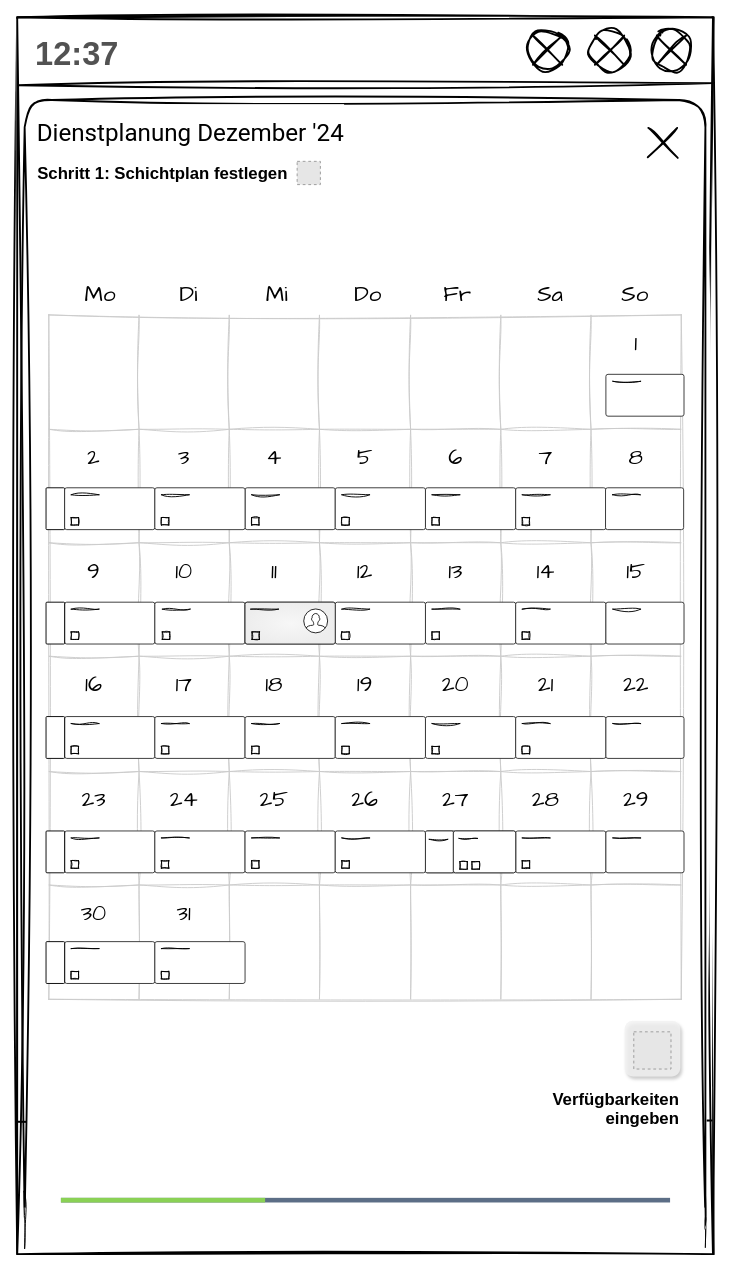
Earlier version of the draw.io diagram page "SE_SchichtAufteilen" (4 of 7) of 5_Pitch/Mockup_UserFlow_CreateWorkSchedule.drawio (annikalenneper/praxisprojekt_mi_bachelor_SoSe24). Source tidied: cells renumbered, new cells numbered last; positions are measured from the earlier drawing's top-left corner, leaving out a move shared by most shapes. Both pictures are drawn from the tidied source at 93%, with x=0, y=0 at pixel (17, 17). Pictures stored in the file or linked from it are replaced by grey dashed boxes.
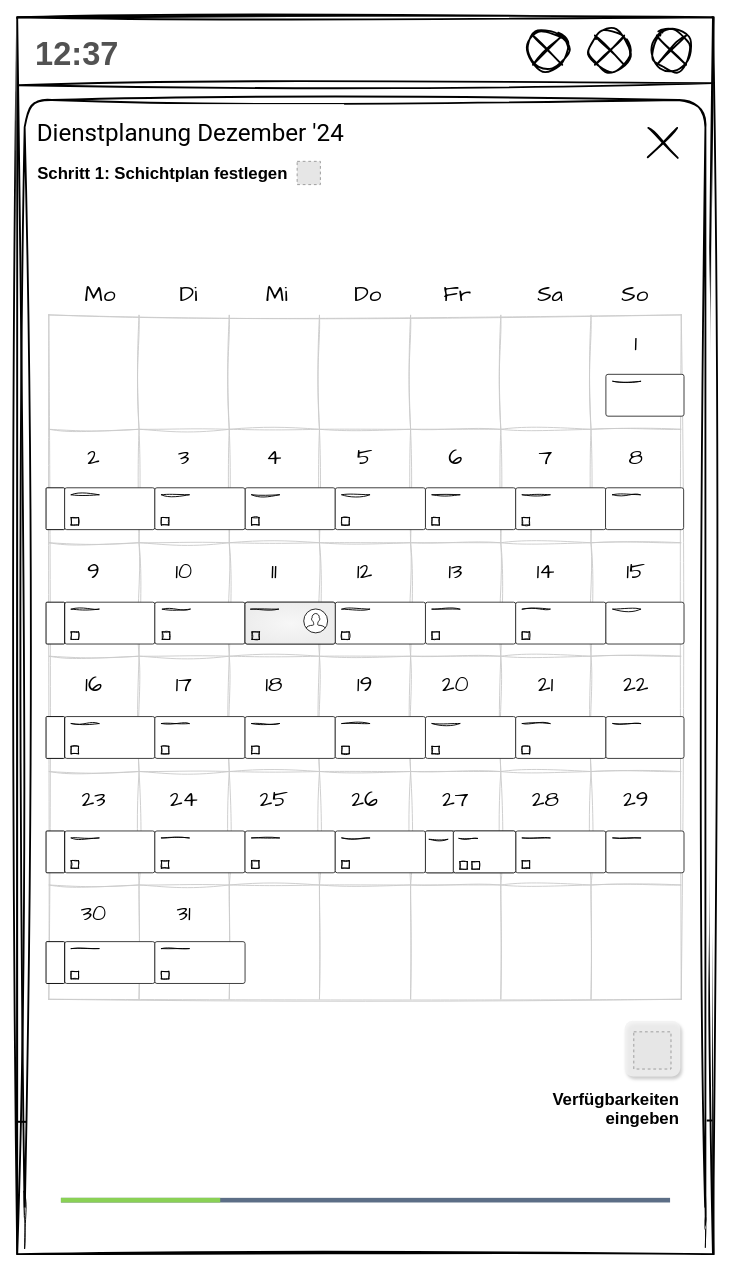
The same diagram, later.

Diff of the diagram source:
```diff
@@
-    <mxCell id="42" style="verticalLabelPosition=bottom;verticalAlign=top;html=1;shadow=0;dashed=0;strokeWidth=1;shape=mxgraph.ios.iCloudProgressBar;barPos=33.52;" parent="1" vertex="1">
+    <mxCell id="42" style="verticalLabelPosition=bottom;verticalAlign=top;html=1;shadow=0;dashed=0;strokeWidth=1;shape=mxgraph.ios.iCloudProgressBar;barPos=26.15;" parent="1" vertex="1">
       <mxGeometry x="47" y="1257" width="655" height="30" as="geometry" />
     </mxCell>
```
